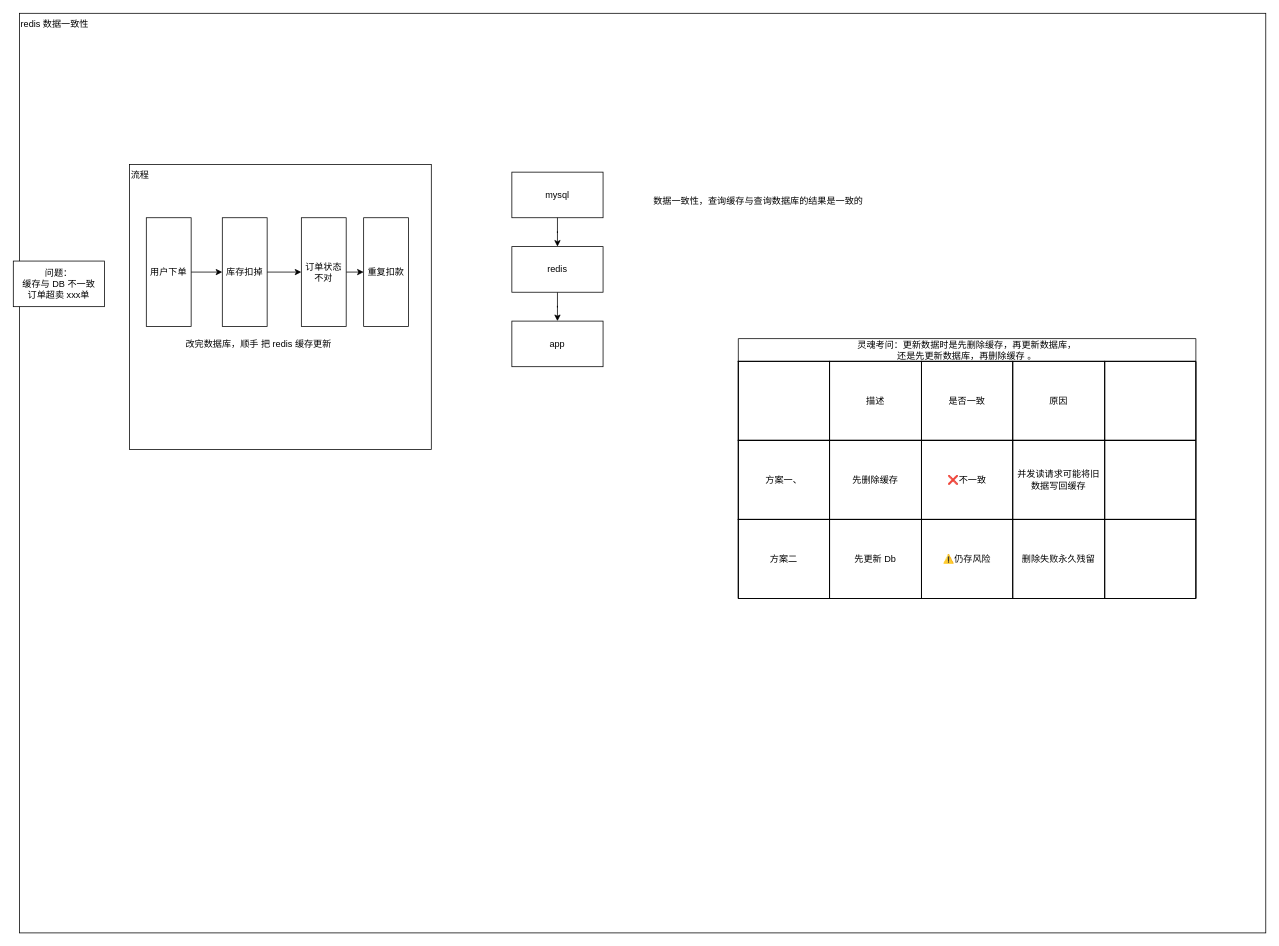
vic868/Deliberate keeps this draw.io diagram as page "第 13 页" (13 of 13) of 2-redis/Redis-架构与面试.drawio. Above is the earlier version. Source tidied: cells renumbered, new cells numbered last; positions are measured from the earlier drawing's top-left corner, leaving out a move shared by most shapes. Both pictures are drawn from the tidied source at 76%, with x=0, y=0 at pixel (13, 13).
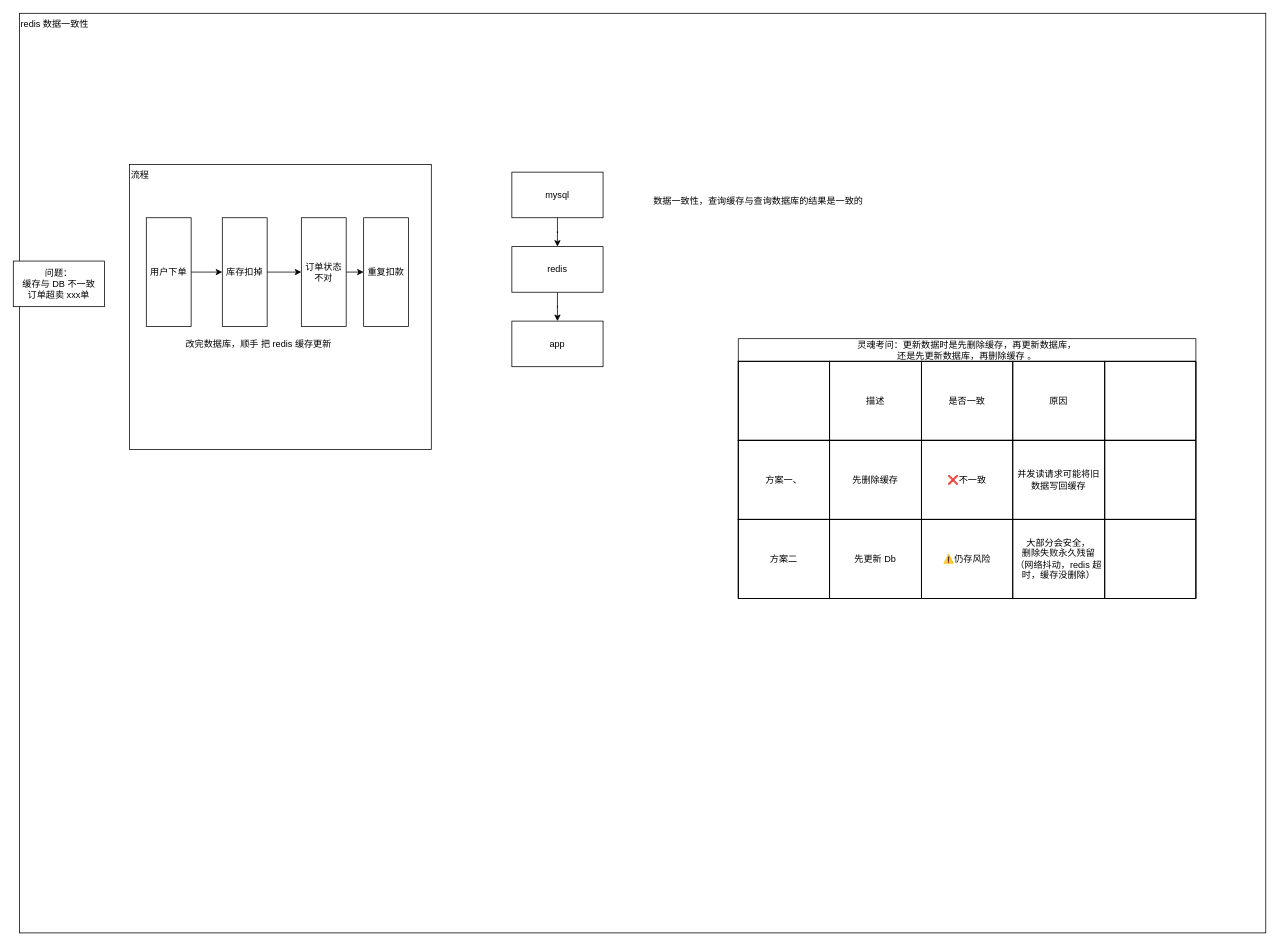
After the change.

Commit message:
vault backup: 2026-10-24 13:48:42

Unchanged cells that the change refers to:
```xml
<mxCell id="33" style="shape=tableRow;horizontal=0;startSize=0;swimlaneHead=0;swimlaneBody=0;strokeColor=inherit;fillColor=none;fixedHeader=1;" parent="20" vertex="1">
  <mxGeometry y="238" width="602" height="104" as="geometry" />
</mxCell>
```

Diff of the diagram source:
```diff
@@
-    <mxCell id="37" value="删除失败永久残留" style="shape=partialRectangle;html=1;whiteSpace=wrap;strokeColor=inherit;overflow=hidden;fillColor=none;" parent="33" vertex="1">
+    <mxCell id="37" value="大部分会安全，&lt;div&gt;删除失败永久残留&lt;/div&gt;&lt;div&gt;（网络抖动，redis 超时，缓存没删除）&lt;/div&gt;" style="shape=partialRectangle;html=1;whiteSpace=wrap;strokeColor=inherit;overflow=hidden;fillColor=none;" parent="33" vertex="1">
       <mxGeometry x="361" width="121" height="104" as="geometry" />
     </mxCell>
```
